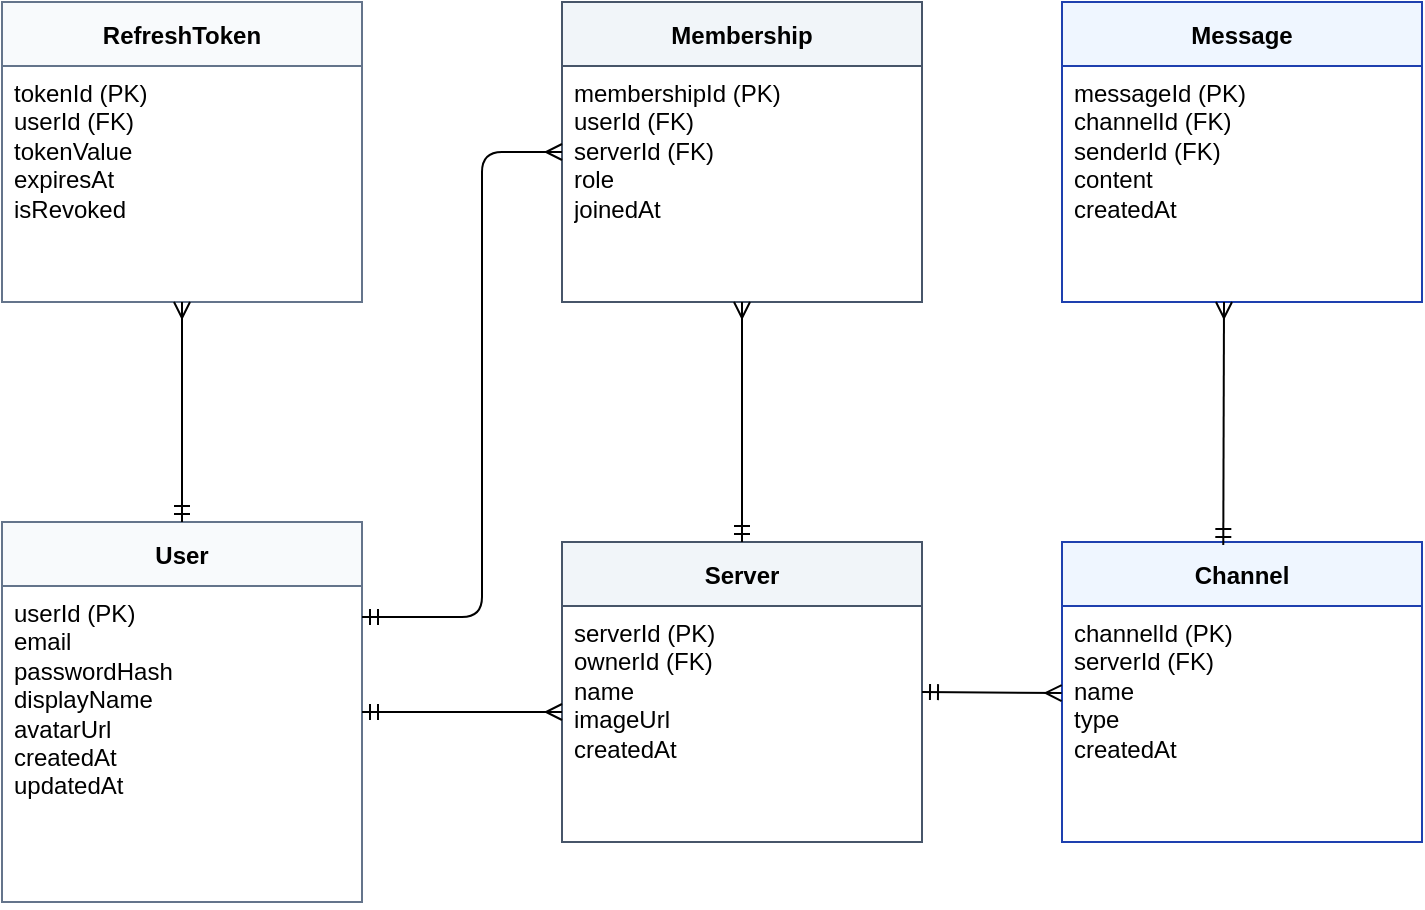
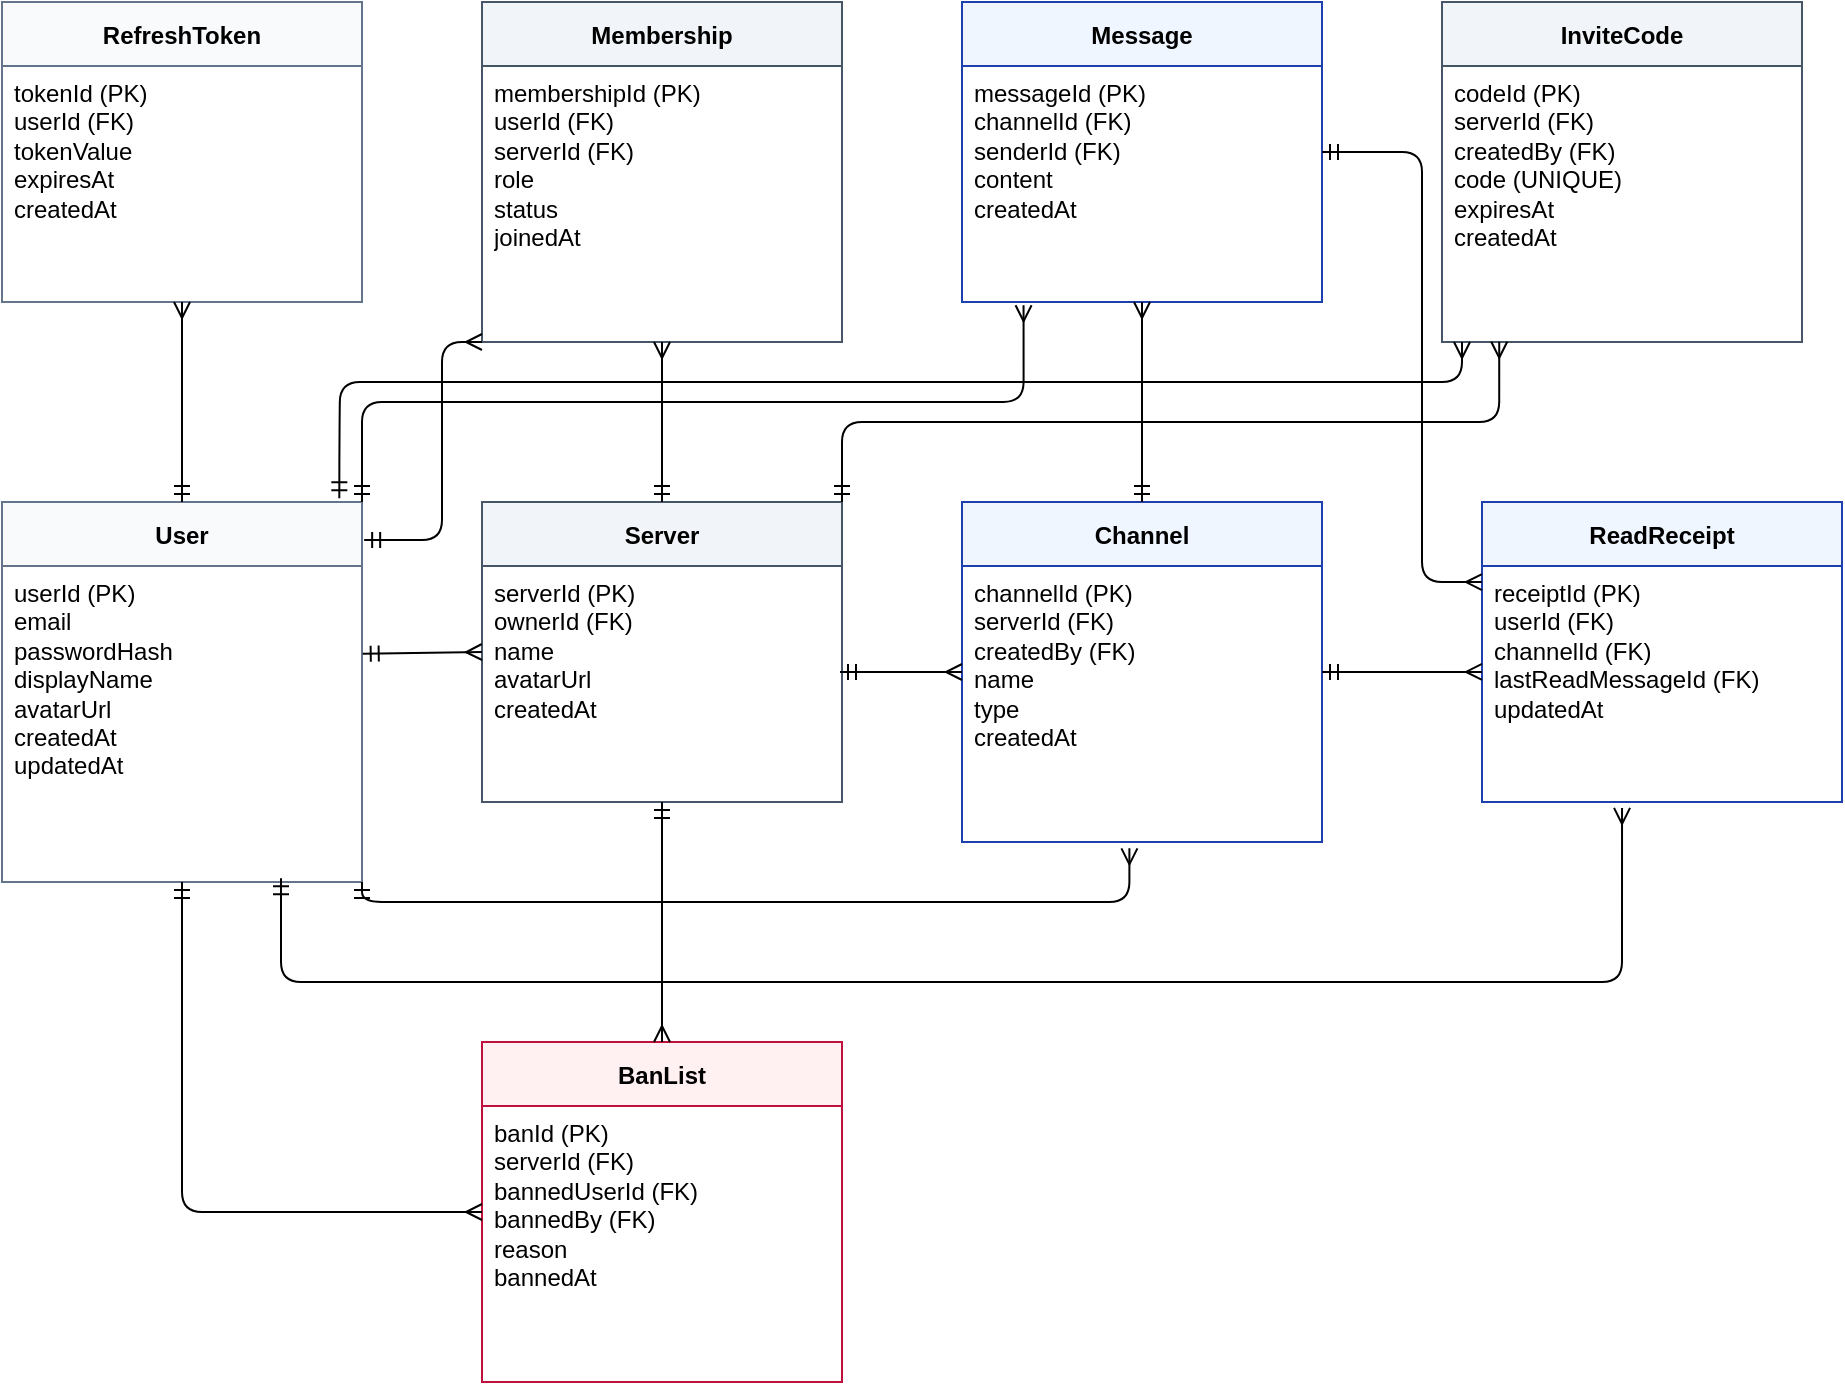
- <mxfile host="Electron" agent="Mozilla/5.0 (Windows NT 10.0; Win64; x64) AppleWebKit/537.36 (KHTML, like Gecko) draw.io/29.6.6 Chrome/144.0.7559.236 Electron/40.8.4 Safari/537.36" version="29.6.6">
-   <diagram id="LiveBox-ERD-Perfect-Layout" name="LiveBox ERD Fixed Rendering">
-     <mxGraphModel dx="1603" dy="1111" grid="1" gridSize="10" guides="1" tooltips="1" connect="1" arrows="1" fold="1" page="1" pageScale="1" pageWidth="1600" pageHeight="1000" math="0" shadow="0">
+ <mxfile host="Electron" agent="Mozilla/5.0 (Windows NT 10.0; Win64; x64) AppleWebKit/537.36 (KHTML, like Gecko) draw.io/29.6.6 Chrome/144.0.7559.236 Electron/40.8.4 Safari/537.36">
+   <diagram id="LiveBox-ERD-v2" name="LiveBox ERD v2 Revised">
+     <mxGraphModel dx="1230" dy="731" grid="0" gridSize="10" guides="1" tooltips="1" connect="1" arrows="1" fold="1" page="1" pageScale="1" pageWidth="1600" pageHeight="1000" math="0" shadow="0">
      <root>
        <mxCell id="0" />
        <mxCell id="1" parent="0" />
+         <mxCell id="ent_RefreshToken" parent="1" style="swimlane;fontStyle=1;childLayout=stackLayout;horizontal=1;startSize=32;horizontalStack=0;resizeParent=1;resizeParentMax=0;resizeLast=0;collapsible=1;marginBottom=0;fillColor=#f8fafc;strokeColor=#64748b;align=center;" value="RefreshToken" vertex="1">
+           <mxGeometry height="150" width="180" x="40" y="40" as="geometry" />
+         </mxCell>
+         <mxCell id="att_RefreshToken" parent="ent_RefreshToken" style="text;strokeColor=none;fillColor=none;align=left;verticalAlign=top;spacingLeft=4;spacingRight=4;overflow=hidden;rotatable=0;points=[[0,0.5],[1,0.5]];portConstraint=eastwest;whiteSpace=wrap;" value="tokenId (PK)&#xa;userId (FK)&#xa;tokenValue&#xa;expiresAt&#xa;createdAt" vertex="1">
+           <mxGeometry height="118" width="180" y="32" as="geometry" />
+         </mxCell>
+         <mxCell id="ent_Membership" parent="1" style="swimlane;fontStyle=1;childLayout=stackLayout;horizontal=1;startSize=32;horizontalStack=0;resizeParent=1;resizeParentMax=0;resizeLast=0;collapsible=1;marginBottom=0;fillColor=#f1f5f9;strokeColor=#475569;align=center;" value="Membership" vertex="1">
+           <mxGeometry height="170" width="180" x="280" y="40" as="geometry" />
+         </mxCell>
+         <mxCell id="att_Membership" parent="ent_Membership" style="text;strokeColor=none;fillColor=none;align=left;verticalAlign=top;spacingLeft=4;spacingRight=4;overflow=hidden;rotatable=0;points=[[0,0.5],[1,0.5]];portConstraint=eastwest;whiteSpace=wrap;" value="membershipId (PK)&#xa;userId (FK)&#xa;serverId (FK)&#xa;role&#xa;status&#xa;joinedAt" vertex="1">
+           <mxGeometry height="138" width="180" y="32" as="geometry" />
+         </mxCell>
+         <mxCell id="ent_Message" parent="1" style="swimlane;fontStyle=1;childLayout=stackLayout;horizontal=1;startSize=32;horizontalStack=0;resizeParent=1;resizeParentMax=0;resizeLast=0;collapsible=1;marginBottom=0;fillColor=#eff6ff;strokeColor=#1e40af;align=center;" value="Message" vertex="1">
+           <mxGeometry height="150" width="180" x="520" y="40" as="geometry" />
+         </mxCell>
+         <mxCell id="att_Message" parent="ent_Message" style="text;strokeColor=none;fillColor=none;align=left;verticalAlign=top;spacingLeft=4;spacingRight=4;overflow=hidden;rotatable=0;points=[[0,0.5],[1,0.5]];portConstraint=eastwest;whiteSpace=wrap;" value="messageId (PK)&#xa;channelId (FK)&#xa;senderId (FK)&#xa;content&#xa;createdAt" vertex="1">
+           <mxGeometry height="118" width="180" y="32" as="geometry" />
+         </mxCell>
+         <mxCell id="ent_InviteCode" parent="1" style="swimlane;fontStyle=1;childLayout=stackLayout;horizontal=1;startSize=32;horizontalStack=0;resizeParent=1;resizeParentMax=0;resizeLast=0;collapsible=1;marginBottom=0;fillColor=#f1f5f9;strokeColor=#475569;align=center;" value="InviteCode" vertex="1">
+           <mxGeometry height="170" width="180" x="760" y="40" as="geometry" />
+         </mxCell>
+         <mxCell id="att_InviteCode" parent="ent_InviteCode" style="text;strokeColor=none;fillColor=none;align=left;verticalAlign=top;spacingLeft=4;spacingRight=4;overflow=hidden;rotatable=0;points=[[0,0.5],[1,0.5]];portConstraint=eastwest;whiteSpace=wrap;" value="codeId (PK)&#xa;serverId (FK)&#xa;createdBy (FK)&#xa;code (UNIQUE)&#xa;expiresAt&#xa;createdAt" vertex="1">
+           <mxGeometry height="138" width="180" y="32" as="geometry" />
+         </mxCell>
        <mxCell id="ent_User" parent="1" style="swimlane;fontStyle=1;childLayout=stackLayout;horizontal=1;startSize=32;horizontalStack=0;resizeParent=1;resizeParentMax=0;resizeLast=0;collapsible=1;marginBottom=0;fillColor=#f8fafc;strokeColor=#64748b;align=center;" value="User" vertex="1">
-           <mxGeometry height="190" width="180" x="110" y="320" as="geometry" />
+           <mxGeometry height="190" width="180" x="40" y="290" as="geometry" />
        </mxCell>
        <mxCell id="att_User" parent="ent_User" style="text;strokeColor=none;fillColor=none;align=left;verticalAlign=top;spacingLeft=4;spacingRight=4;overflow=hidden;rotatable=0;points=[[0,0.5],[1,0.5]];portConstraint=eastwest;whiteSpace=wrap;" value="userId (PK)&#xa;email&#xa;passwordHash&#xa;displayName&#xa;avatarUrl&#xa;createdAt&#xa;updatedAt" vertex="1">
          <mxGeometry height="158" width="180" y="32" as="geometry" />
        </mxCell>
-         <mxCell id="ent_RefreshToken" parent="1" style="swimlane;fontStyle=1;childLayout=stackLayout;horizontal=1;startSize=32;horizontalStack=0;resizeParent=1;resizeParentMax=0;resizeLast=0;collapsible=1;marginBottom=0;fillColor=#f8fafc;strokeColor=#64748b;align=center;" value="RefreshToken" vertex="1">
-           <mxGeometry height="150" width="180" x="110" y="60" as="geometry" />
+         <mxCell id="ent_Server" parent="1" style="swimlane;fontStyle=1;childLayout=stackLayout;horizontal=1;startSize=32;horizontalStack=0;resizeParent=1;resizeParentMax=0;resizeLast=0;collapsible=1;marginBottom=0;fillColor=#f1f5f9;strokeColor=#475569;align=center;" value="Server" vertex="1">
+           <mxGeometry height="150" width="180" x="280" y="290" as="geometry" />
        </mxCell>
-         <mxCell id="att_Token" parent="ent_RefreshToken" style="text;strokeColor=none;fillColor=none;align=left;verticalAlign=top;spacingLeft=4;spacingRight=4;overflow=hidden;rotatable=0;points=[[0,0.5],[1,0.5]];portConstraint=eastwest;whiteSpace=wrap;" value="tokenId (PK)&#xa;userId (FK)&#xa;tokenValue&#xa;expiresAt&#xa;isRevoked" vertex="1">
-           <mxGeometry height="118" width="180" y="32" as="geometry" />
-         </mxCell>
-         <mxCell id="ent_Server" parent="1" style="swimlane;fontStyle=1;childLayout=stackLayout;horizontal=1;startSize=32;horizontalStack=0;resizeParent=1;resizeParentMax=0;resizeLast=0;collapsible=1;marginBottom=0;fillColor=#f1f5f9;strokeColor=#475569;align=center;" value="Server" vertex="1">
-           <mxGeometry height="150" width="180" x="390" y="330" as="geometry" />
-         </mxCell>
-         <mxCell id="att_Server" parent="ent_Server" style="text;strokeColor=none;fillColor=none;align=left;verticalAlign=top;spacingLeft=4;spacingRight=4;overflow=hidden;rotatable=0;points=[[0,0.5],[1,0.5]];portConstraint=eastwest;whiteSpace=wrap;" value="serverId (PK)&#xa;ownerId (FK)&#xa;name&#xa;imageUrl&#xa;createdAt" vertex="1">
-           <mxGeometry height="118" width="180" y="32" as="geometry" />
-         </mxCell>
-         <mxCell id="ent_Membership" parent="1" style="swimlane;fontStyle=1;childLayout=stackLayout;horizontal=1;startSize=32;horizontalStack=0;resizeParent=1;resizeParentMax=0;resizeLast=0;collapsible=1;marginBottom=0;fillColor=#f1f5f9;strokeColor=#475569;align=center;" value="Membership" vertex="1">
-           <mxGeometry height="150" width="180" x="390" y="60" as="geometry" />
-         </mxCell>
-         <mxCell id="att_Member" parent="ent_Membership" style="text;strokeColor=none;fillColor=none;align=left;verticalAlign=top;spacingLeft=4;spacingRight=4;overflow=hidden;rotatable=0;points=[[0,0.5],[1,0.5]];portConstraint=eastwest;whiteSpace=wrap;" value="membershipId (PK)&#xa;userId (FK)&#xa;serverId (FK)&#xa;role&#xa;joinedAt" vertex="1">
+         <mxCell id="att_Server" parent="ent_Server" style="text;strokeColor=none;fillColor=none;align=left;verticalAlign=top;spacingLeft=4;spacingRight=4;overflow=hidden;rotatable=0;points=[[0,0.5],[1,0.5]];portConstraint=eastwest;whiteSpace=wrap;" value="serverId (PK)&#xa;ownerId (FK)&#xa;name&#xa;avatarUrl&#xa;createdAt" vertex="1">
          <mxGeometry height="118" width="180" y="32" as="geometry" />
        </mxCell>
        <mxCell id="ent_Channel" parent="1" style="swimlane;fontStyle=1;childLayout=stackLayout;horizontal=1;startSize=32;horizontalStack=0;resizeParent=1;resizeParentMax=0;resizeLast=0;collapsible=1;marginBottom=0;fillColor=#eff6ff;strokeColor=#1e40af;align=center;" value="Channel" vertex="1">
-           <mxGeometry height="150" width="180" x="640" y="330" as="geometry" />
+           <mxGeometry height="170" width="180" x="520" y="290" as="geometry" />
        </mxCell>
-         <mxCell id="att_Channel" parent="ent_Channel" style="text;strokeColor=none;fillColor=none;align=left;verticalAlign=top;spacingLeft=4;spacingRight=4;overflow=hidden;rotatable=0;points=[[0,0.5],[1,0.5]];portConstraint=eastwest;whiteSpace=wrap;" value="channelId (PK)&#xa;serverId (FK)&#xa;name&#xa;type&#xa;createdAt" vertex="1">
+         <mxCell id="att_Channel" parent="ent_Channel" style="text;strokeColor=none;fillColor=none;align=left;verticalAlign=top;spacingLeft=4;spacingRight=4;overflow=hidden;rotatable=0;points=[[0,0.5],[1,0.5]];portConstraint=eastwest;whiteSpace=wrap;" value="channelId (PK)&#xa;serverId (FK)&#xa;createdBy (FK)&#xa;name&#xa;type&#xa;createdAt" vertex="1">
+           <mxGeometry height="138" width="180" y="32" as="geometry" />
+         </mxCell>
+         <mxCell id="ent_ReadReceipt" parent="1" style="swimlane;fontStyle=1;childLayout=stackLayout;horizontal=1;startSize=32;horizontalStack=0;resizeParent=1;resizeParentMax=0;resizeLast=0;collapsible=1;marginBottom=0;fillColor=#eff6ff;strokeColor=#1e40af;align=center;" value="ReadReceipt" vertex="1">
+           <mxGeometry height="150" width="180" x="780" y="290" as="geometry" />
+         </mxCell>
+         <mxCell id="att_ReadReceipt" parent="ent_ReadReceipt" style="text;strokeColor=none;fillColor=none;align=left;verticalAlign=top;spacingLeft=4;spacingRight=4;overflow=hidden;rotatable=0;points=[[0,0.5],[1,0.5]];portConstraint=eastwest;whiteSpace=wrap;" value="receiptId (PK)&#xa;userId (FK)&#xa;channelId (FK)&#xa;lastReadMessageId (FK)&#xa;updatedAt" vertex="1">
          <mxGeometry height="118" width="180" y="32" as="geometry" />
        </mxCell>
-         <mxCell id="ent_Message" parent="1" style="swimlane;fontStyle=1;childLayout=stackLayout;horizontal=1;startSize=32;horizontalStack=0;resizeParent=1;resizeParentMax=0;resizeLast=0;collapsible=1;marginBottom=0;fillColor=#eff6ff;strokeColor=#1e40af;align=center;" value="Message" vertex="1">
-           <mxGeometry height="150" width="180" x="640" y="60" as="geometry" />
+         <mxCell id="ent_BanList" parent="1" style="swimlane;fontStyle=1;childLayout=stackLayout;horizontal=1;startSize=32;horizontalStack=0;resizeParent=1;resizeParentMax=0;resizeLast=0;collapsible=1;marginBottom=0;fillColor=#fff1f2;strokeColor=#be123c;align=center;" value="BanList" vertex="1">
+           <mxGeometry height="170" width="180" x="280" y="560" as="geometry" />
        </mxCell>
-         <mxCell id="att_Msg" parent="ent_Message" style="text;strokeColor=none;fillColor=none;align=left;verticalAlign=top;spacingLeft=4;spacingRight=4;overflow=hidden;rotatable=0;points=[[0,0.5],[1,0.5]];portConstraint=eastwest;whiteSpace=wrap;" value="messageId (PK)&#xa;channelId (FK)&#xa;senderId (FK)&#xa;content&#xa;createdAt" vertex="1">
-           <mxGeometry height="118" width="180" y="32" as="geometry" />
+         <mxCell id="att_BanList" parent="ent_BanList" style="text;strokeColor=none;fillColor=none;align=left;verticalAlign=top;spacingLeft=4;spacingRight=4;overflow=hidden;rotatable=0;points=[[0,0.5],[1,0.5]];portConstraint=eastwest;whiteSpace=wrap;" value="banId (PK)&#xa;serverId (FK)&#xa;bannedUserId (FK)&#xa;bannedBy (FK)&#xa;reason&#xa;bannedAt" vertex="1">
+           <mxGeometry height="138" width="180" y="32" as="geometry" />
        </mxCell>
-         <mxCell id="rel_1" edge="1" parent="1" source="ent_User" style="endArrow=ERmany;endFill=0;startArrow=ERmandOne;startFill=0;edgeStyle=orthogonalEdgeStyle;exitX=0.5;exitY=0;entryX=0.5;entryY=1;" target="ent_RefreshToken">
+         <mxCell id="rel_1" edge="1" parent="1" source="ent_User" style="endArrow=ERmany;endFill=0;startArrow=ERmandOne;startFill=0;exitX=0.5;exitY=0;entryX=0.5;entryY=1;edgeStyle=orthogonalEdgeStyle;" target="ent_RefreshToken">
          <mxGeometry relative="1" as="geometry" />
        </mxCell>
-         <mxCell id="rel_2" edge="1" parent="1" source="ent_User" style="endArrow=ERmany;endFill=0;startArrow=ERmandOne;startFill=0;edgeStyle=orthogonalEdgeStyle;exitX=1;exitY=0.25;entryX=0;entryY=0.5;" target="ent_Membership">
+         <mxCell id="rel_2" edge="1" parent="1" source="ent_User" style="endArrow=ERmany;endFill=0;startArrow=ERmandOne;startFill=0;exitX=1.006;exitY=0.1;entryX=0;entryY=1;edgeStyle=orthogonalEdgeStyle;exitDx=0;exitDy=0;exitPerimeter=0;" target="ent_Membership">
          <mxGeometry relative="1" as="geometry">
            <Array as="points">
-               <mxPoint x="350" y="368" />
-               <mxPoint x="350" y="135" />
+               <mxPoint x="260" y="309" />
+               <mxPoint x="260" y="210" />
            </Array>
          </mxGeometry>
        </mxCell>
-         <mxCell id="rel_3" edge="1" parent="1" source="ent_Server" style="endArrow=ERmany;endFill=0;startArrow=ERmandOne;startFill=0;exitX=0.5;exitY=0;entryX=0.5;entryY=1;" target="ent_Membership">
+         <mxCell id="rel_3" edge="1" parent="1" source="ent_Server" style="endArrow=ERmany;endFill=0;startArrow=ERmandOne;startFill=0;exitX=0.5;exitY=0;entryX=0.5;entryY=1;edgeStyle=orthogonalEdgeStyle;" target="ent_Membership">
          <mxGeometry relative="1" as="geometry" />
        </mxCell>
-         <mxCell id="rel_4" edge="1" parent="1" source="ent_User" style="endArrow=ERmany;endFill=0;startArrow=ERmandOne;startFill=0;exitX=1;exitY=0.5;">
+         <mxCell id="rel_4" edge="1" parent="1" source="att_User" style="endArrow=ERmany;endFill=0;startArrow=ERmandOne;startFill=0;entryX=0;entryY=0.5;exitX=1.002;exitY=0.278;exitDx=0;exitDy=0;exitPerimeter=0;" target="ent_Server">
          <mxGeometry relative="1" as="geometry">
-             <mxPoint x="390" y="415" as="targetPoint" />
+             <mxPoint x="217" y="365" as="sourcePoint" />
          </mxGeometry>
        </mxCell>
-         <mxCell id="rel_5" edge="1" parent="1" source="ent_Server" style="endArrow=ERmany;endFill=0;startArrow=ERmandOne;startFill=0;exitX=1;exitY=0.5;entryX=-0.001;entryY=0.369;entryDx=0;entryDy=0;entryPerimeter=0;" target="att_Channel">
+         <mxCell id="rel_5" edge="1" parent="1" style="endArrow=ERmany;endFill=0;startArrow=ERmandOne;startFill=0;entryX=0;entryY=0.5;edgeStyle=orthogonalEdgeStyle;" target="ent_Channel">
+           <mxGeometry relative="1" as="geometry">
+             <Array as="points">
+               <mxPoint x="490" y="375" />
+               <mxPoint x="490" y="375" />
+             </Array>
+             <mxPoint x="459" y="375" as="sourcePoint" />
+           </mxGeometry>
+         </mxCell>
+         <mxCell id="rel_6" edge="1" parent="1" source="ent_Channel" style="endArrow=ERmany;endFill=0;startArrow=ERmandOne;startFill=0;exitX=0.5;exitY=0;entryX=0.5;entryY=1;edgeStyle=orthogonalEdgeStyle;" target="ent_Message">
          <mxGeometry relative="1" as="geometry" />
        </mxCell>
-         <mxCell id="rel_6" edge="1" parent="1" source="ent_Channel" style="endArrow=ERmany;endFill=0;startArrow=ERmandOne;startFill=0;exitX=0.448;exitY=0.01;exitDx=0;exitDy=0;exitPerimeter=0;">
+         <mxCell id="rel_7" edge="1" parent="1" source="ent_User" style="endArrow=ERmany;endFill=0;startArrow=ERmandOne;startFill=0;exitX=1;exitY=0;edgeStyle=orthogonalEdgeStyle;entryX=0.171;entryY=1.014;entryDx=0;entryDy=0;entryPerimeter=0;" target="att_Message">
          <mxGeometry relative="1" as="geometry">
-             <mxPoint x="721" y="210" as="targetPoint" />
+             <Array as="points">
+               <mxPoint x="220" y="240" />
+               <mxPoint x="551" y="240" />
+             </Array>
+             <mxPoint x="550" y="200" as="targetPoint" />
+           </mxGeometry>
+         </mxCell>
+         <mxCell id="rel_8" edge="1" parent="1" source="ent_Server" style="endArrow=ERmany;endFill=0;startArrow=ERmandOne;startFill=0;exitX=1;exitY=0;edgeStyle=orthogonalEdgeStyle;entryX=0.159;entryY=0.999;entryDx=0;entryDy=0;entryPerimeter=0;" target="att_InviteCode">
+           <mxGeometry relative="1" as="geometry">
+             <mxPoint x="790" y="220" as="targetPoint" />
+           </mxGeometry>
+         </mxCell>
+         <mxCell id="rel_9" edge="1" parent="1" source="ent_User" style="endArrow=ERmany;endFill=0;startArrow=ERmandOne;startFill=0;edgeStyle=orthogonalEdgeStyle;exitX=0.937;exitY=-0.01;exitDx=0;exitDy=0;exitPerimeter=0;">
+           <mxGeometry relative="1" as="geometry">
+             <Array as="points">
+               <mxPoint x="209" y="260" />
+               <mxPoint x="209" y="230" />
+               <mxPoint x="770" y="230" />
+             </Array>
+             <mxPoint x="200" y="260" as="sourcePoint" />
+             <mxPoint x="770" y="210" as="targetPoint" />
+           </mxGeometry>
+         </mxCell>
+         <mxCell id="rel_10" edge="1" parent="1" source="att_User" style="endArrow=ERmany;endFill=0;startArrow=ERmandOne;startFill=0;entryX=0.389;entryY=1.025;entryDx=0;entryDy=0;entryPerimeter=0;edgeStyle=orthogonalEdgeStyle;exitX=0.775;exitY=0.988;exitDx=0;exitDy=0;exitPerimeter=0;" target="att_ReadReceipt">
+           <mxGeometry relative="1" as="geometry">
+             <Array as="points">
+               <mxPoint x="180" y="530" />
+               <mxPoint x="850" y="530" />
+             </Array>
+             <mxPoint x="220" y="530" as="sourcePoint" />
+           </mxGeometry>
+         </mxCell>
+         <mxCell id="rel_11" edge="1" parent="1" source="ent_Channel" style="endArrow=ERmany;endFill=0;startArrow=ERmandOne;startFill=0;exitX=1;exitY=0.5;edgeStyle=orthogonalEdgeStyle;entryX=0;entryY=0.449;entryDx=0;entryDy=0;entryPerimeter=0;" target="att_ReadReceipt">
+           <mxGeometry relative="1" as="geometry">
+             <Array as="points" />
+             <mxPoint x="740" y="350" as="targetPoint" />
+           </mxGeometry>
+         </mxCell>
+         <mxCell id="rel_12" edge="1" parent="1" source="ent_Message" style="endArrow=ERmany;endFill=0;startArrow=ERmandOne;startFill=0;exitX=1;exitY=0.5;edgeStyle=orthogonalEdgeStyle;entryX=0;entryY=0.068;entryDx=0;entryDy=0;entryPerimeter=0;" target="att_ReadReceipt">
+           <mxGeometry relative="1" as="geometry">
+             <Array as="points">
+               <mxPoint x="750" y="115" />
+               <mxPoint x="750" y="330" />
+             </Array>
+             <mxPoint x="750" y="340" as="targetPoint" />
+           </mxGeometry>
+         </mxCell>
+         <mxCell id="rel_13" edge="1" parent="1" source="ent_Server" style="endArrow=ERmany;endFill=0;startArrow=ERmandOne;startFill=0;exitX=0.5;exitY=1;entryX=0.5;entryY=0;edgeStyle=orthogonalEdgeStyle;" target="ent_BanList">
+           <mxGeometry relative="1" as="geometry" />
+         </mxCell>
+         <mxCell id="rel_14" edge="1" parent="1" source="ent_User" style="endArrow=ERmany;endFill=0;startArrow=ERmandOne;startFill=0;exitX=0.5;exitY=1;entryX=0;entryY=0.5;edgeStyle=orthogonalEdgeStyle;" target="ent_BanList">
+           <mxGeometry relative="1" as="geometry" />
+         </mxCell>
+         <mxCell id="rel_15" edge="1" parent="1" source="ent_User" style="endArrow=ERmany;endFill=0;startArrow=ERmandOne;startFill=0;exitX=1;exitY=1;edgeStyle=orthogonalEdgeStyle;entryX=0.465;entryY=1.023;entryDx=0;entryDy=0;entryPerimeter=0;" target="att_Channel">
+           <mxGeometry relative="1" as="geometry">
+             <Array as="points">
+               <mxPoint x="220" y="490" />
+               <mxPoint x="604" y="490" />
+             </Array>
+             <mxPoint x="580" y="500" as="targetPoint" />
          </mxGeometry>
        </mxCell>
      </root>
    </mxGraphModel>
  </diagram>
</mxfile>
